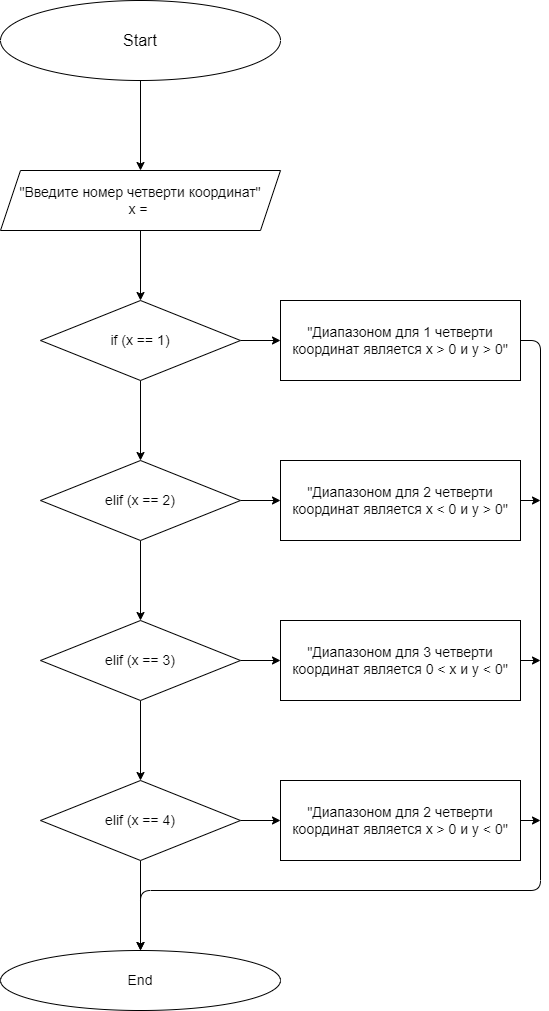
Before: Task4/diagram.drawio.png, a diagram exported from draw.io (VasilievKonst/PyHomeWork1). Source tidied: cells renumbered, new cells last; positions are measured from the earlier drawing's top-left corner, leaving out a move shared by most shapes.
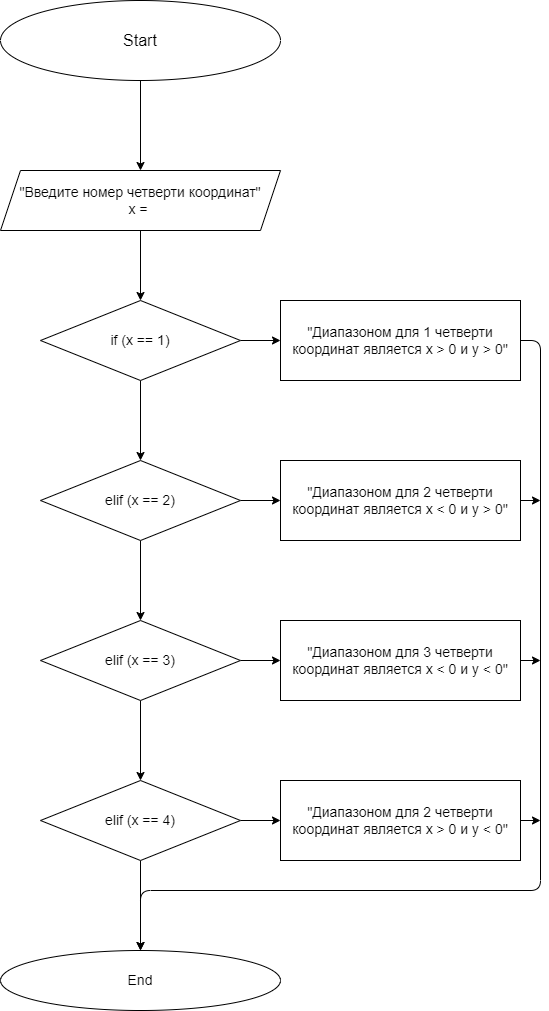
After the change.

Commit message:
save dia for task 4

Change to the diagram source:
```diff
@@ -75,7 +75,7 @@
         <mxPoint x="540" y="660" as="targetPoint" />
       </mxGeometry>
     </mxCell>
-    <mxCell id="23" value="&lt;span style=&quot;font-size: 14px&quot;&gt;&quot;Диапазоном для 3 четверти координат является 0 &amp;lt; x и y &amp;lt; 0&quot;&lt;/span&gt;" style="whiteSpace=wrap;html=1;" parent="1" vertex="1">
+    <mxCell id="23" value="&lt;span style=&quot;font-size: 14px&quot;&gt;&quot;Диапазоном для 3 четверти координат является x &amp;lt; 0 и y &amp;lt; 0&quot;&lt;/span&gt;" style="whiteSpace=wrap;html=1;" parent="1" vertex="1">
       <mxGeometry x="280" y="620" width="240" height="80" as="geometry" />
     </mxCell>
     <mxCell id="24" style="edgeStyle=none;html=1;exitX=1;exitY=0.5;exitDx=0;exitDy=0;fontSize=14;" parent="1" edge="1" source="25">
```
